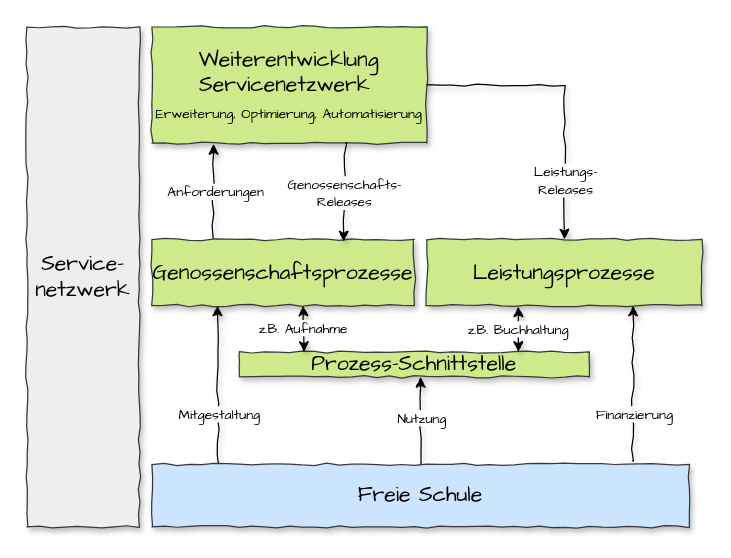
Above: page "Seite-2" (2 of 3) of src/it/assets/staging.drawio in FreieBildung/Organisationsentwicklung (draw.io), before the change. Source tidied: cells renumbered, new cells numbered last; positions are measured from the earlier drawing's top-left corner, leaving out a move shared by most shapes. Both pictures are drawn from the tidied source at 125%, with x=0, y=0 at pixel (26, 26).
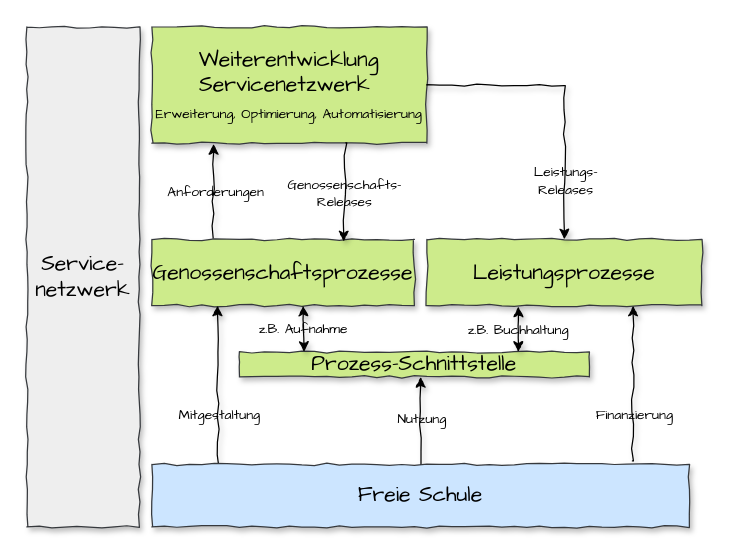
The same diagram, later.

Unchanged cells that the change refers to:
```xml
<mxCell id="6" style="endArrow=classic;html=1;rounded=0;shadow=1;sketch=1;curveFitting=1;jiggle=2;sketchStyle=comic;exitX=0.233;exitY=-0.018;exitDx=0;exitDy=0;entryX=0.225;entryY=1.008;entryDx=0;entryDy=0;entryPerimeter=0;exitPerimeter=0;" parent="1" edge="1" source="8" target="4">
  <mxGeometry relative="1" as="geometry" />
</mxCell>
<mxCell id="9" style="endArrow=classic;html=1;rounded=0;shadow=1;sketch=1;curveFitting=1;jiggle=2;sketchStyle=comic;exitX=1;exitY=0.5;exitDx=0;exitDy=0;entryX=0.5;entryY=0;entryDx=0;entryDy=0;" parent="1" edge="1" source="4" target="3">
  <mxGeometry relative="1" as="geometry">
    <Array as="points">
      <mxPoint x="430" y="47" />
    </Array>
  </mxGeometry>
</mxCell>
<mxCell id="11" style="endArrow=classic;html=1;rounded=0;shadow=1;sketch=1;curveFitting=1;jiggle=2;sketchStyle=comic;exitX=0.705;exitY=0.997;exitDx=0;exitDy=0;entryX=0.73;entryY=0.031;entryDx=0;entryDy=0;entryPerimeter=0;exitPerimeter=0;" parent="1" edge="1" source="4" target="8">
  <mxGeometry relative="1" as="geometry" />
</mxCell>
<mxCell id="13" style="endArrow=classic;html=1;rounded=0;shadow=1;sketch=1;curveFitting=1;jiggle=2;sketchStyle=comic;exitX=0.123;exitY=0.054;exitDx=0;exitDy=0;entryX=0.25;entryY=1;entryDx=0;entryDy=0;exitPerimeter=0;" parent="1" edge="1" source="19" target="8">
  <mxGeometry relative="1" as="geometry" />
</mxCell>
<mxCell id="15" style="endArrow=classic;html=1;rounded=0;shadow=1;sketch=1;curveFitting=1;jiggle=2;sketchStyle=comic;exitX=0.5;exitY=0;exitDx=0;exitDy=0;entryX=0.518;entryY=1.003;entryDx=0;entryDy=0;entryPerimeter=0;" parent="1" edge="1" source="19" target="5">
  <mxGeometry relative="1" as="geometry" />
</mxCell>
<mxCell id="17" style="endArrow=classic;html=1;rounded=0;shadow=1;sketch=1;curveFitting=1;jiggle=2;sketchStyle=comic;exitX=0.894;exitY=-0.056;exitDx=0;exitDy=0;entryX=0.75;entryY=1;entryDx=0;entryDy=0;exitPerimeter=0;" parent="1" edge="1" source="19" target="3">
  <mxGeometry relative="1" as="geometry" />
</mxCell>
<mxCell id="20" style="endArrow=classic;html=1;rounded=0;shadow=1;sketch=1;curveFitting=1;jiggle=2;sketchStyle=comic;exitX=0.185;exitY=0.002;exitDx=0;exitDy=0;entryX=0.25;entryY=1;entryDx=0;entryDy=0;exitPerimeter=0;startArrow=classic;startFill=1;" parent="1" edge="1" source="5">
  <mxGeometry relative="1" as="geometry">
    <mxPoint x="221" y="223" as="targetPoint" />
  </mxGeometry>
</mxCell>
<mxCell id="22" style="endArrow=classic;html=1;rounded=0;shadow=1;sketch=1;curveFitting=1;jiggle=2;sketchStyle=comic;exitX=0.797;exitY=0;exitDx=0;exitDy=0;entryX=0.333;entryY=1.014;entryDx=0;entryDy=0;exitPerimeter=0;startArrow=classic;startFill=1;entryPerimeter=0;" parent="1" edge="1" source="5" target="3">
  <mxGeometry relative="1" as="geometry" />
</mxCell>
```

The edit, as a diff of the source:
```diff
@@
-    <mxCell id="7" value="Anforderungen" style="edgeLabel;html=1;align=center;verticalAlign=middle;fontFamily=Comic Sans MS;" parent="6" vertex="1">
+    <mxCell id="7" value="Anforderungen" style="edgeLabel;html=1;align=center;verticalAlign=middle;fontFamily=Comic Sans MS;labelBackgroundColor=none;" parent="6" vertex="1">
       <mxGeometry x="0.01" y="-1" relative="1" as="geometry" />
     </mxCell>
@@
-    <mxCell id="10" value="Leistungs-&lt;br&gt;Releases" style="edgeLabel;html=1;align=center;verticalAlign=middle;fontFamily=Comic Sans MS;" parent="9" vertex="1">
+    <mxCell id="10" value="Leistungs-&lt;br&gt;Releases" style="edgeLabel;html=1;align=center;verticalAlign=middle;fontFamily=Comic Sans MS;labelBackgroundColor=none;" parent="9" vertex="1">
       <mxGeometry x="0.01" y="-1" relative="1" as="geometry">
         <mxPoint x="1" y="68" as="offset" />
       </mxGeometry>
     </mxCell>
@@
-    <mxCell id="12" value="Genossenschafts-&lt;br&gt;Releases" style="edgeLabel;html=1;align=center;verticalAlign=middle;fontFamily=Comic Sans MS;" parent="11" vertex="1">
+    <mxCell id="12" value="Genossenschafts-&lt;br&gt;Releases" style="edgeLabel;html=1;align=center;verticalAlign=middle;fontFamily=Comic Sans MS;labelBackgroundColor=none;" parent="11" vertex="1">
       <mxGeometry x="0.01" y="-1" relative="1" as="geometry" />
     </mxCell>
@@
-    <mxCell id="14" value="Mitgestaltung" style="edgeLabel;html=1;align=center;verticalAlign=middle;fontFamily=Comic Sans MS;" parent="13" vertex="1">
+    <mxCell id="14" value="Mitgestaltung" style="edgeLabel;html=1;align=center;verticalAlign=middle;fontFamily=Comic Sans MS;labelBackgroundColor=none;" parent="13" vertex="1">
       <mxGeometry x="0.01" y="-1" relative="1" as="geometry">
         <mxPoint y="22" as="offset" />
       </mxGeometry>
     </mxCell>
@@
-    <mxCell id="16" value="Nutzung" style="edgeLabel;html=1;align=center;verticalAlign=middle;fontFamily=Comic Sans MS;" parent="15" vertex="1">
+    <mxCell id="16" value="Nutzung" style="edgeLabel;html=1;align=center;verticalAlign=middle;fontFamily=Comic Sans MS;labelBackgroundColor=none;" parent="15" vertex="1">
       <mxGeometry x="0.01" y="-1" relative="1" as="geometry">
         <mxPoint x="-1" y="-3" as="offset" />
       </mxGeometry>
     </mxCell>
@@
-    <mxCell id="18" value="Finanzierung" style="edgeLabel;html=1;align=center;verticalAlign=middle;fontFamily=Comic Sans MS;" parent="17" vertex="1">
+    <mxCell id="18" value="Finanzierung" style="edgeLabel;html=1;align=center;verticalAlign=middle;fontFamily=Comic Sans MS;labelBackgroundColor=none;" parent="17" vertex="1">
       <mxGeometry x="0.01" y="-1" relative="1" as="geometry">
         <mxPoint y="25" as="offset" />
       </mxGeometry>
     </mxCell>
@@
-    <mxCell id="21" value="z.B. Aufnahme" style="edgeLabel;html=1;align=center;verticalAlign=middle;fontFamily=Comic Sans MS;" parent="20" vertex="1">
+    <mxCell id="21" value="z.B. Aufnahme" style="edgeLabel;html=1;align=center;verticalAlign=middle;fontFamily=Comic Sans MS;labelBackgroundColor=none;" parent="20" vertex="1">
       <mxGeometry x="0.01" y="-1" relative="1" as="geometry">
         <mxPoint x="-2" y="-1" as="offset" />
       </mxGeometry>
     </mxCell>
@@
-    <mxCell id="23" value="z.B. Buchhaltung" style="edgeLabel;html=1;align=center;verticalAlign=middle;fontFamily=Comic Sans MS;" parent="22" vertex="1">
+    <mxCell id="23" value="z.B. Buchhaltung" style="edgeLabel;html=1;align=center;verticalAlign=middle;fontFamily=Comic Sans MS;labelBackgroundColor=none;" parent="22" vertex="1">
       <mxGeometry x="0.01" y="-1" relative="1" as="geometry">
         <mxPoint x="-2" y="-1" as="offset" />
       </mxGeometry>
     </mxCell>
```
